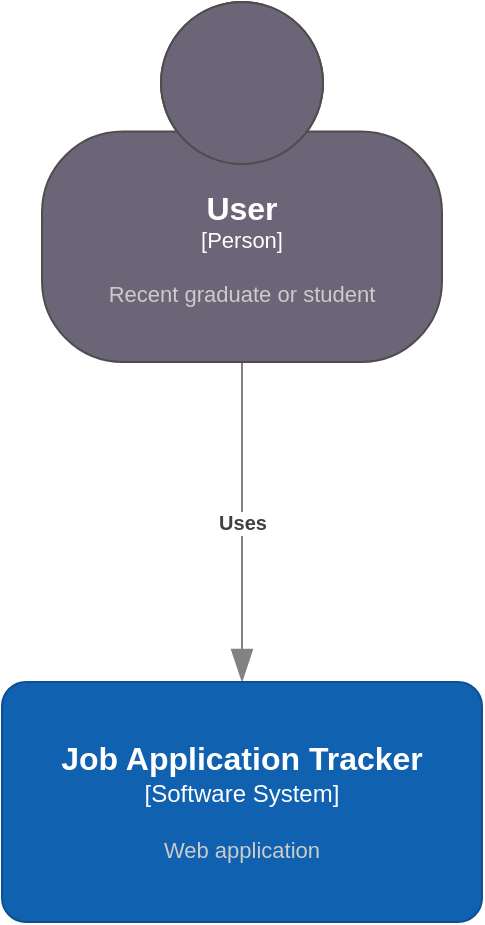
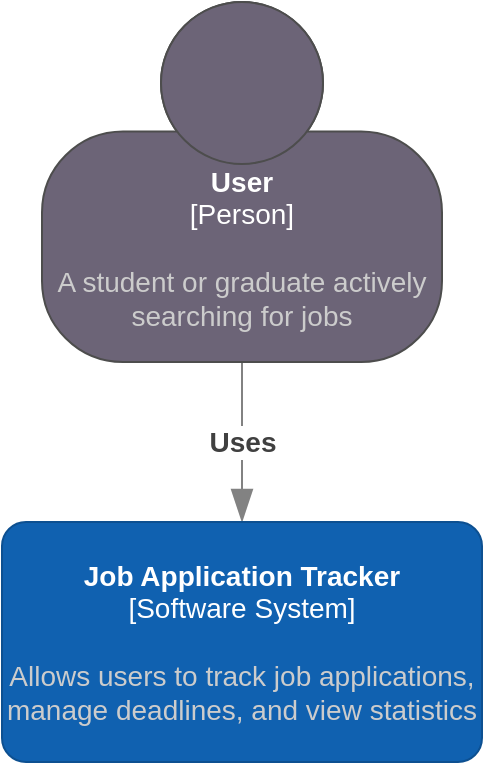
<mxfile host="app.diagrams.net">
  <diagram name="Page-1" id="r0MX-lv1SgkQPHXPaGqT">
-     <mxGraphModel dx="1712" dy="926" grid="1" gridSize="10" guides="1" tooltips="1" connect="1" arrows="1" fold="1" page="1" pageScale="1" pageWidth="850" pageHeight="1100" math="0" shadow="0">
+     <mxGraphModel dx="1417" dy="766" grid="1" gridSize="10" guides="1" tooltips="1" connect="1" arrows="1" fold="1" page="1" pageScale="1" pageWidth="850" pageHeight="1100" math="0" shadow="0">
      <root>
        <mxCell id="0" />
        <mxCell id="1" parent="0" />
-         <object placeholders="1" c4Type="Relationship" c4Description="Uses" label="&lt;div style=&quot;text-align: left&quot;&gt;&lt;div style=&quot;text-align: center&quot;&gt;&lt;b&gt;%c4Description%&lt;/b&gt;&lt;/div&gt;" id="O_8AKF7KbehZ5gpZg40K-2">
-           <mxCell edge="1" parent="1" source="O_8AKF7KbehZ5gpZg40K-5" style="endArrow=blockThin;html=1;fontSize=10;fontColor=#404040;strokeWidth=1;endFill=1;strokeColor=#828282;elbow=vertical;metaEdit=1;endSize=14;startSize=14;jumpStyle=arc;jumpSize=16;rounded=0;edgeStyle=orthogonalEdgeStyle;exitX=0.5;exitY=1;exitDx=0;exitDy=0;exitPerimeter=0;entryX=0.5;entryY=0;entryDx=0;entryDy=0;entryPerimeter=0;" target="O_8AKF7KbehZ5gpZg40K-4">
+         <object placeholders="1" c4Type="Relationship" c4Description="Uses" label="&lt;div style=&quot;text-align: left&quot;&gt;&lt;div style=&quot;text-align: center&quot;&gt;&lt;b&gt;%c4Description%&lt;/b&gt;&lt;/div&gt;&lt;/div&gt;" id="O_8AKF7KbehZ5gpZg40K-2">
+           <mxCell edge="1" parent="1" source="O_8AKF7KbehZ5gpZg40K-5" style="endArrow=blockThin;html=1;fontSize=14;fontColor=#404040;strokeWidth=1;endFill=1;strokeColor=#828282;elbow=vertical;metaEdit=1;endSize=14;startSize=14;jumpStyle=arc;jumpSize=16;rounded=0;edgeStyle=orthogonalEdgeStyle;exitX=0.5;exitY=1;exitDx=0;exitDy=0;exitPerimeter=0;entryX=0.5;entryY=0;entryDx=0;entryDy=0;entryPerimeter=0;" target="O_8AKF7KbehZ5gpZg40K-4">
            <mxGeometry relative="1" width="240" as="geometry">
              <mxPoint x="550" y="350" as="sourcePoint" />
              <mxPoint x="435" y="560" as="targetPoint" />
            </mxGeometry>
          </mxCell>
        </object>
-         <object placeholders="1" c4Name="Job Application Tracker" c4Type="Software System" c4Description="Web application" label="&lt;font style=&quot;font-size: 16px&quot;&gt;&lt;b&gt;%c4Name%&lt;/b&gt;&lt;/font&gt;&lt;div&gt;[%c4Type%]&lt;/div&gt;&lt;br&gt;&lt;div&gt;&lt;font style=&quot;font-size: 11px&quot;&gt;&lt;font color=&quot;#cccccc&quot;&gt;%c4Description%&lt;/font&gt;&lt;/div&gt;" id="O_8AKF7KbehZ5gpZg40K-4">
-           <mxCell parent="1" style="rounded=1;whiteSpace=wrap;html=1;labelBackgroundColor=none;fillColor=#1061B0;fontColor=#ffffff;align=center;arcSize=10;strokeColor=#0D5091;metaEdit=1;resizable=0;points=[[0.25,0,0],[0.5,0,0],[0.75,0,0],[1,0.25,0],[1,0.5,0],[1,0.75,0],[0.75,1,0],[0.5,1,0],[0.25,1,0],[0,0.75,0],[0,0.5,0],[0,0.25,0]];" vertex="1">
-             <mxGeometry height="120" width="240" x="305" y="600" as="geometry" />
+         <object placeholders="1" c4Name="Job Application Tracker" c4Type="Software System" c4Description="Allows users to track job applications, manage deadlines, and view statistics" label="&lt;font&gt;&lt;b&gt;%c4Name%&lt;/b&gt;&lt;/font&gt;&lt;div&gt;[%c4Type%]&lt;/div&gt;&lt;br&gt;&lt;div&gt;&lt;font&gt;&lt;font color=&quot;#cccccc&quot;&gt;%c4Description%&lt;/font&gt;&lt;/font&gt;&lt;/div&gt;" id="O_8AKF7KbehZ5gpZg40K-4">
+           <mxCell parent="1" style="rounded=1;whiteSpace=wrap;html=1;labelBackgroundColor=none;fillColor=#1061B0;fontColor=#ffffff;align=center;arcSize=10;strokeColor=#0D5091;metaEdit=1;resizable=0;points=[[0.25,0,0],[0.5,0,0],[0.75,0,0],[1,0.25,0],[1,0.5,0],[1,0.75,0],[0.75,1,0],[0.5,1,0],[0.25,1,0],[0,0.75,0],[0,0.5,0],[0,0.25,0]];fontSize=14;" vertex="1">
+             <mxGeometry height="120" width="240" x="305" y="520" as="geometry" />
          </mxCell>
        </object>
-         <object placeholders="1" c4Name="User" c4Type="Person" c4Description="Recent graduate or student" label="&lt;font style=&quot;font-size: 16px&quot;&gt;&lt;b&gt;%c4Name%&lt;/b&gt;&lt;/font&gt;&lt;div&gt;[%c4Type%]&lt;/div&gt;&lt;br&gt;&lt;div&gt;&lt;font style=&quot;font-size: 11px&quot;&gt;&lt;font color=&quot;#cccccc&quot;&gt;%c4Description%&lt;/font&gt;&lt;/div&gt;" id="O_8AKF7KbehZ5gpZg40K-5">
-           <mxCell parent="1" style="html=1;fontSize=11;dashed=0;whiteSpace=wrap;fillColor=#6C6477;strokeColor=#4D4D4D;fontColor=#ffffff;shape=mxgraph.c4.person2;align=center;metaEdit=1;points=[[0.5,0,0],[1,0.5,0],[1,0.75,0],[0.75,1,0],[0.5,1,0],[0.25,1,0],[0,0.75,0],[0,0.5,0]];resizable=0;" vertex="1">
+         <object placeholders="1" c4Name="User" c4Type="Person" c4Description="A student or graduate actively searching for jobs" label="&lt;font&gt;&lt;b&gt;%c4Name%&lt;/b&gt;&lt;/font&gt;&lt;div&gt;[%c4Type%]&lt;/div&gt;&lt;br&gt;&lt;div&gt;&lt;font&gt;&lt;font color=&quot;#cccccc&quot;&gt;%c4Description%&lt;/font&gt;&lt;/font&gt;&lt;/div&gt;" id="O_8AKF7KbehZ5gpZg40K-5">
+           <mxCell parent="1" style="html=1;fontSize=14;dashed=0;whiteSpace=wrap;fillColor=#6C6477;strokeColor=#4D4D4D;fontColor=#ffffff;shape=mxgraph.c4.person2;align=center;metaEdit=1;points=[[0.5,0,0],[1,0.5,0],[1,0.75,0],[0.75,1,0],[0.5,1,0],[0.25,1,0],[0,0.75,0],[0,0.5,0]];resizable=0;" vertex="1">
            <mxGeometry height="180" width="200" x="325" y="260" as="geometry" />
          </mxCell>
        </object>
      </root>
    </mxGraphModel>
  </diagram>
</mxfile>
